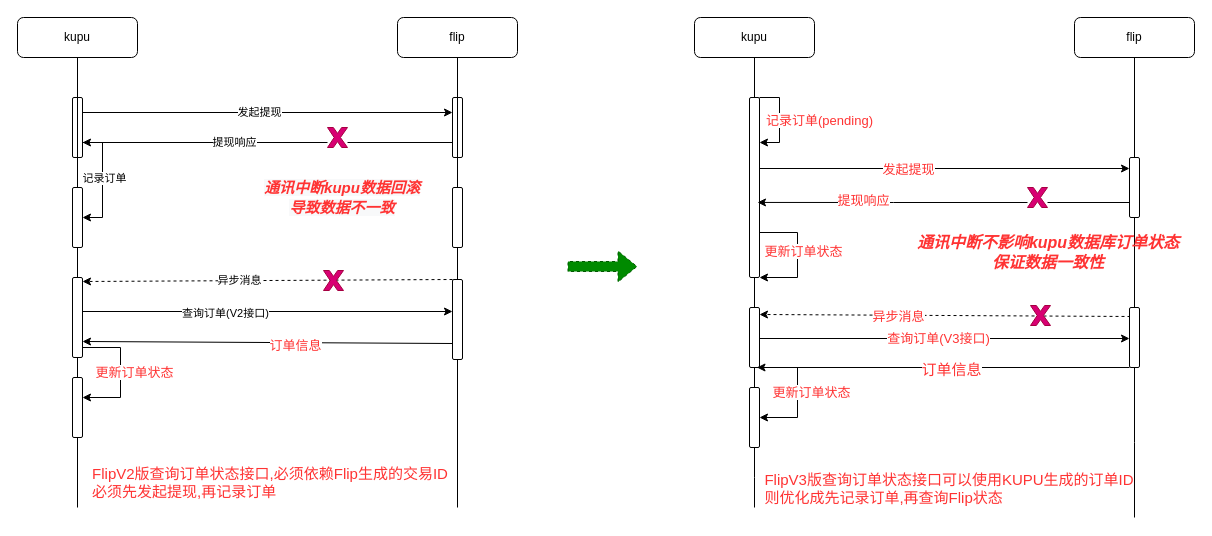
Before: page "提现流程" (7 of 7) of 草稿.drawio in jarcn/pic, a draw.io diagram. Source tidied: cells renumbered, new cells numbered last; positions are measured from the earlier drawing's top-left corner, leaving out a move shared by most shapes. Both pictures are drawn from the tidied source at 100%, with x=0, y=0 at pixel (17, 17).
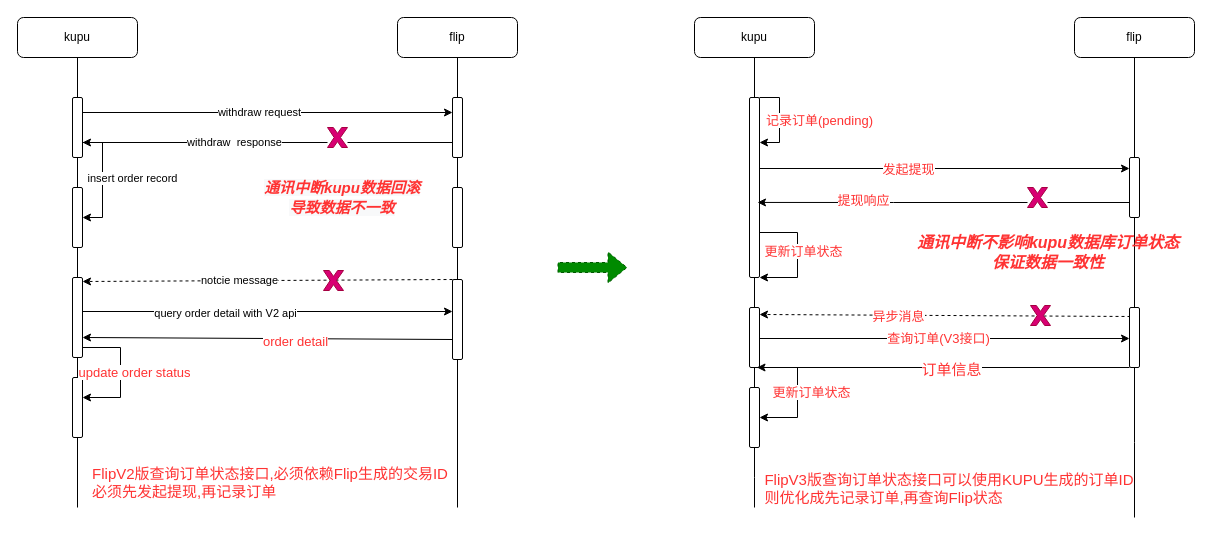
The same diagram, later.

The change refers to these unchanged cells:
```xml
<mxCell id="2" value="kupu" style="rounded=1;whiteSpace=wrap;html=1;" parent="1" vertex="1">
  <mxGeometry width="120" height="40" as="geometry" />
</mxCell>
<mxCell id="3" value="flip" style="rounded=1;whiteSpace=wrap;html=1;" parent="1" vertex="1">
  <mxGeometry x="380" width="120" height="40" as="geometry" />
</mxCell>
<mxCell id="4" style="edgeStyle=orthogonalEdgeStyle;rounded=0;jettySize=auto;html=1;exitX=1;exitY=0.25;exitDx=0;exitDy=0;entryX=0;entryY=0.25;entryDx=0;entryDy=0;" parent="1" edge="1" source="8" target="12">
  <mxGeometry relative="1" as="geometry" />
</mxCell>
<mxCell id="6" style="edgeStyle=orthogonalEdgeStyle;rounded=0;jettySize=auto;html=1;exitX=1;exitY=0.75;exitDx=0;exitDy=0;entryX=1;entryY=0.5;entryDx=0;entryDy=0;" parent="1" edge="1" source="8" target="16">
  <mxGeometry relative="1" as="geometry" />
</mxCell>
<mxCell id="10" style="edgeStyle=orthogonalEdgeStyle;rounded=0;jettySize=auto;html=1;exitX=0;exitY=0.75;exitDx=0;exitDy=0;entryX=1;entryY=0.75;entryDx=0;entryDy=0;startArrow=none;" parent="1" edge="1" source="27" target="8">
  <mxGeometry relative="1" as="geometry" />
</mxCell>
<mxCell id="14" style="edgeStyle=orthogonalEdgeStyle;rounded=0;orthogonalLoop=1;jettySize=auto;html=1;exitX=1;exitY=0.75;exitDx=0;exitDy=0;entryX=0;entryY=0.75;entryDx=0;entryDy=0;" parent="1" edge="1">
  <mxGeometry relative="1" as="geometry">
    <mxPoint x="65" y="294" as="sourcePoint" />
    <mxPoint x="435" y="294" as="targetPoint" />
  </mxGeometry>
</mxCell>
<mxCell id="22" style="rounded=0;jettySize=auto;html=1;exitX=0;exitY=0;exitDx=0;exitDy=0;entryX=1;entryY=0.5;entryDx=0;entryDy=0;startArrow=none;dashed=1;" parent="1" edge="1" source="24">
  <mxGeometry relative="1" as="geometry">
    <mxPoint x="65" y="264" as="targetPoint" />
  </mxGeometry>
</mxCell>
<mxCell id="69" style="edgeStyle=orthogonalEdgeStyle;rounded=0;orthogonalLoop=1;jettySize=auto;html=1;exitX=1;exitY=1;exitDx=0;exitDy=0;entryX=1;entryY=0.5;entryDx=0;entryDy=0;fontSize=13;fontColor=#FF3333;" parent="1" edge="1">
  <mxGeometry relative="1" as="geometry">
    <mxPoint x="65" y="330" as="sourcePoint" />
    <mxPoint x="65" y="380" as="targetPoint" />
    <Array as="points">
      <mxPoint x="103" y="330" />
      <mxPoint x="103" y="380" />
    </Array>
  </mxGeometry>
</mxCell>
```

Diff of the diagram source:
```diff
@@
+    <mxCell id="9" style="edgeStyle=orthogonalEdgeStyle;rounded=0;jettySize=auto;html=1;exitX=0.5;exitY=1;exitDx=0;exitDy=0;endArrow=none;" parent="1" edge="1" source="2">
+      <mxGeometry relative="1" as="geometry">
+        <mxPoint x="60" y="490" as="targetPoint" />
+      </mxGeometry>
+    </mxCell>
+    <mxCell id="13" style="edgeStyle=orthogonalEdgeStyle;rounded=0;jettySize=auto;html=1;exitX=0.5;exitY=1;exitDx=0;exitDy=0;endArrow=none;" parent="1" edge="1" source="3">
+      <mxGeometry relative="1" as="geometry">
+        <mxPoint x="440" y="490" as="targetPoint" />
+      </mxGeometry>
+    </mxCell>
@@
-    <mxCell id="5" value="发起提现" style="edgeLabel;html=1;align=center;verticalAlign=middle;" parent="4" vertex="1">
+    <mxCell id="5" value="withdraw request" style="edgeLabel;html=1;align=center;verticalAlign=middle;" parent="4" vertex="1">
       <mxGeometry x="-0.17" relative="1" as="geometry">
         <mxPoint x="22" y="-1" as="offset" />
       </mxGeometry>
     </mxCell>
@@
-    <mxCell id="7" value="记录订单" style="edgeLabel;html=1;align=center;verticalAlign=middle;" parent="6" vertex="1">
+    <mxCell id="7" value="insert order record" style="edgeLabel;html=1;align=center;verticalAlign=middle;" parent="6" vertex="1">
       <mxGeometry x="0.01" y="1" relative="1" as="geometry">
-        <mxPoint y="-3" as="offset" />
+        <mxPoint x="28" y="-3" as="offset" />
       </mxGeometry>
     </mxCell>
@@
-    <mxCell id="9" style="edgeStyle=orthogonalEdgeStyle;rounded=0;jettySize=auto;html=1;exitX=0.5;exitY=1;exitDx=0;exitDy=0;endArrow=none;" parent="1" edge="1" source="2">
-      <mxGeometry relative="1" as="geometry">
-        <mxPoint x="60" y="490" as="targetPoint" />
-      </mxGeometry>
-    </mxCell>
@@
-    <mxCell id="11" value="提现响应" style="edgeLabel;html=1;align=center;verticalAlign=middle;" parent="10" vertex="1">
+    <mxCell id="11" value="withdraw&amp;nbsp; response" style="edgeLabel;html=1;align=center;verticalAlign=middle;" parent="10" vertex="1">
       <mxGeometry x="0.07" y="-1" relative="1" as="geometry">
         <mxPoint x="37" as="offset" />
       </mxGeometry>
     </mxCell>
@@
-    <mxCell id="13" style="edgeStyle=orthogonalEdgeStyle;rounded=0;jettySize=auto;html=1;exitX=0.5;exitY=1;exitDx=0;exitDy=0;endArrow=none;" parent="1" edge="1" source="3">
-      <mxGeometry relative="1" as="geometry">
-        <mxPoint x="440" y="490" as="targetPoint" />
-      </mxGeometry>
-    </mxCell>
@@
-    <mxCell id="15" value="查询订单(V2接口)" style="edgeLabel;html=1;align=center;verticalAlign=middle;" parent="14" vertex="1">
+    <mxCell id="15" value="query order detail with V2 api" style="edgeLabel;html=1;align=center;verticalAlign=middle;" parent="14" vertex="1">
       <mxGeometry x="-0.23" y="-1" relative="1" as="geometry" />
     </mxCell>
@@
-    <mxCell id="23" value="异步消息" style="edgeLabel;html=1;align=center;verticalAlign=middle;" parent="22" vertex="1">
+    <mxCell id="23" value="notcie message" style="edgeLabel;html=1;align=center;verticalAlign=middle;" parent="22" vertex="1">
       <mxGeometry x="0.15" y="-1" relative="1" as="geometry" />
     </mxCell>
@@
     <mxCell id="64" style="shape=flexArrow;endArrow=classic;html=1;rounded=0;dashed=1;fontSize=15;fontColor=#FF3333;fillColor=#008a00;strokeColor=#005700;" parent="1" edge="1">
       <mxGeometry relative="1" as="geometry">
-        <mxPoint x="550" y="249" as="sourcePoint" />
-        <mxPoint x="620" y="249" as="targetPoint" />
+        <mxPoint x="540" y="250" as="sourcePoint" />
+        <mxPoint x="610" y="250" as="targetPoint" />
       </mxGeometry>
     </mxCell>
     <mxCell id="65" style="edgeStyle=none;rounded=0;orthogonalLoop=1;jettySize=auto;html=1;exitX=0;exitY=0.75;exitDx=0;exitDy=0;entryX=1;entryY=0.75;entryDx=0;entryDy=0;fontSize=13;fontColor=#FF3333;" parent="1" edge="1">
       <mxGeometry relative="1" as="geometry">
-        <mxPoint x="435" y="326" as="sourcePoint" />
-        <mxPoint x="65" y="324" as="targetPoint" />
+        <mxPoint x="435" y="322" as="sourcePoint" />
+        <mxPoint x="65" y="320" as="targetPoint" />
       </mxGeometry>
     </mxCell>
-    <mxCell id="66" value="订单信息" style="edgeLabel;html=1;align=center;verticalAlign=middle;fontSize=13;fontColor=#FF3333;" parent="65" vertex="1">
+    <mxCell id="66" value="order detail" style="edgeLabel;html=1;align=center;verticalAlign=middle;fontSize=13;fontColor=#FF3333;" parent="65" vertex="1">
       <mxGeometry x="-0.15" y="2" relative="1" as="geometry" />
     </mxCell>
@@
-    <mxCell id="70" value="更新订单状态" style="edgeLabel;html=1;align=center;verticalAlign=middle;fontSize=13;fontColor=#FF3333;" parent="69" vertex="1">
+    <mxCell id="70" value="update order status" style="edgeLabel;html=1;align=center;verticalAlign=middle;fontSize=13;fontColor=#FF3333;" parent="69" vertex="1">
       <mxGeometry x="-0.01" relative="1" as="geometry">
         <mxPoint x="13" as="offset" />
       </mxGeometry>
     </mxCell>
```
